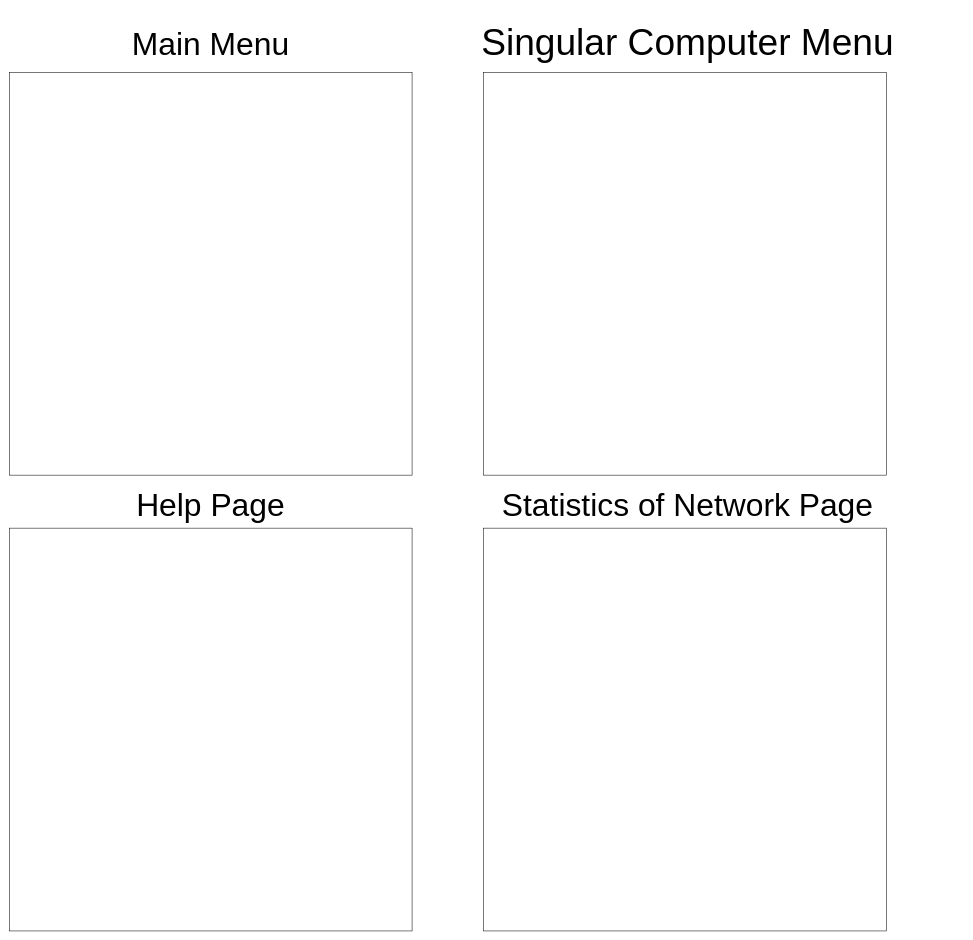
This is Website_Diagram.drawio from illusion173/NetBox, a draw.io file, before an edit. Source tidied: cells renumbered, new cells numbered last; positions are measured from the earlier drawing's top-left corner, leaving out a move shared by most shapes. Both pictures are drawn from the tidied source at 53%, with x=0, y=0 at pixel (9, 30).
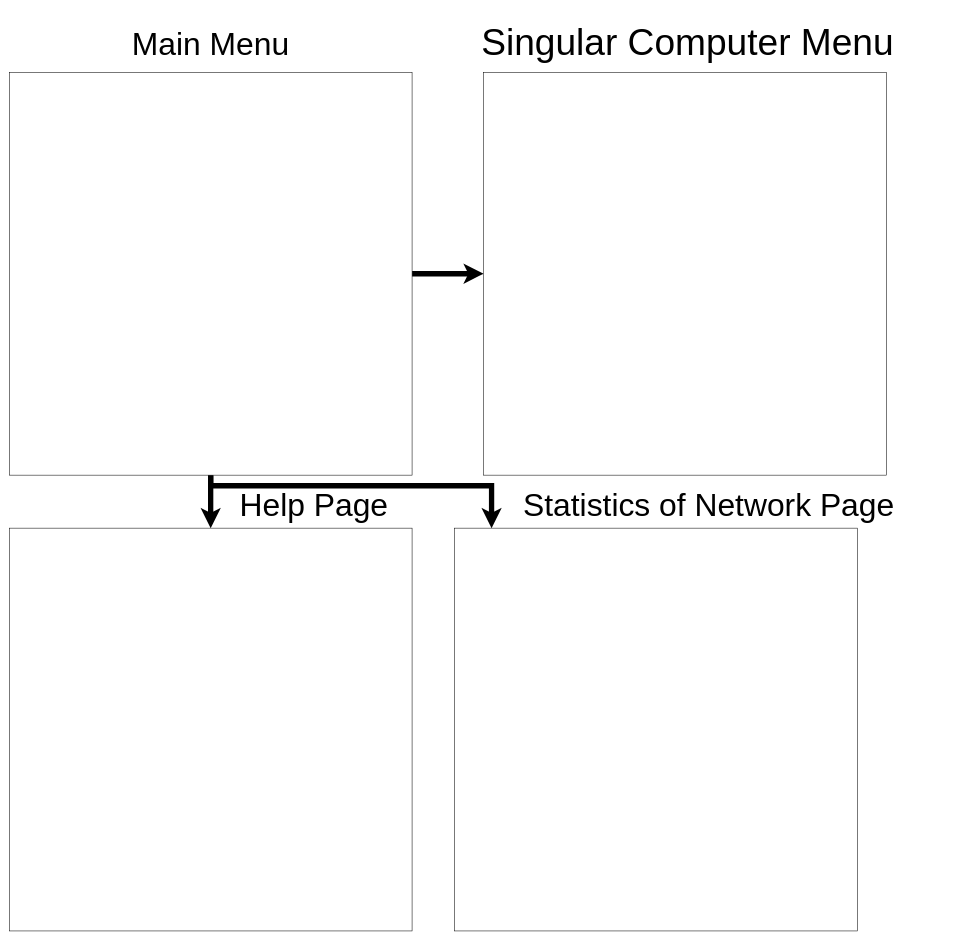
The same page after the edit.

The edit, as a diff of the source:
```diff
@@
 <mxGraphModel>
   <root>
     <mxCell id="0" />
     <mxCell id="1" parent="0" />
+    <mxCell id="10" style="edgeStyle=orthogonalEdgeStyle;rounded=0;jettySize=auto;html=1;entryX=0;entryY=0.5;entryDx=0;entryDy=0;strokeWidth=10;" parent="1" edge="1" source="2" target="3">
+      <mxGeometry relative="1" as="geometry" />
+    </mxCell>
+    <mxCell id="11" style="edgeStyle=orthogonalEdgeStyle;rounded=0;jettySize=auto;html=1;entryX=0.5;entryY=0;entryDx=0;entryDy=0;strokeWidth=10;" parent="1" edge="1" source="2" target="4">
+      <mxGeometry relative="1" as="geometry" />
+    </mxCell>
+    <mxCell id="12" style="edgeStyle=orthogonalEdgeStyle;rounded=0;jettySize=auto;html=1;strokeWidth=10;" parent="1" edge="1" source="2" target="5">
+      <mxGeometry relative="1" as="geometry">
+        <Array as="points">
+          <mxPoint x="380" y="860" />
+          <mxPoint x="910" y="860" />
+        </Array>
+      </mxGeometry>
+    </mxCell>
     <mxCell id="2" style="whiteSpace=wrap;html=1;" parent="1" vertex="1">
       <mxGeometry y="80" width="760" height="760" as="geometry" />
     </mxCell>
     <mxCell id="3" style="whiteSpace=wrap;html=1;" parent="1" vertex="1">
       <mxGeometry x="895" y="80" width="760" height="760" as="geometry" />
     </mxCell>
     <mxCell id="4" style="whiteSpace=wrap;html=1;" parent="1" vertex="1">
       <mxGeometry y="940" width="760" height="760" as="geometry" />
     </mxCell>
     <mxCell id="5" style="whiteSpace=wrap;html=1;" parent="1" vertex="1">
-      <mxGeometry x="895" y="940" width="760" height="760" as="geometry" />
+      <mxGeometry x="840" y="940" width="760" height="760" as="geometry" />
     </mxCell>
     <mxCell id="6" value="&lt;font style=&quot;font-size: 60px&quot;&gt;Main Menu&lt;/font&gt;" style="text;html=1;strokeColor=none;fillColor=none;align=center;verticalAlign=middle;whiteSpace=wrap;rounded=0;fontSize=90;" parent="1" vertex="1">
       <mxGeometry x="95" width="570" height="30" as="geometry" />
     </mxCell>
     <mxCell id="7" value="&lt;font style=&quot;font-size: 70px&quot;&gt;Singular Computer Menu&lt;/font&gt;" style="text;html=1;strokeColor=none;fillColor=none;align=center;verticalAlign=middle;whiteSpace=wrap;rounded=0;fontSize=90;" parent="1" vertex="1">
       <mxGeometry x="875" width="810" height="30" as="geometry" />
     </mxCell>
     <mxCell id="8" value="&lt;font style=&quot;font-size: 60px&quot;&gt;Statistics of Network Page&lt;/font&gt;" style="text;html=1;strokeColor=none;fillColor=none;align=center;verticalAlign=middle;whiteSpace=wrap;rounded=0;fontSize=90;" parent="1" vertex="1">
-      <mxGeometry x="800" y="870" width="960" height="30" as="geometry" />
+      <mxGeometry x="840" y="870" width="960" height="30" as="geometry" />
     </mxCell>
     <mxCell id="9" value="&lt;font style=&quot;font-size: 60px&quot;&gt;Help Page&lt;/font&gt;" style="text;html=1;strokeColor=none;fillColor=none;align=center;verticalAlign=middle;whiteSpace=wrap;rounded=0;fontSize=90;" parent="1" vertex="1">
-      <mxGeometry x="175" y="870" width="410" height="30" as="geometry" />
+      <mxGeometry x="370" y="870" width="410" height="30" as="geometry" />
     </mxCell>
   </root>
 </mxGraphModel>
```
